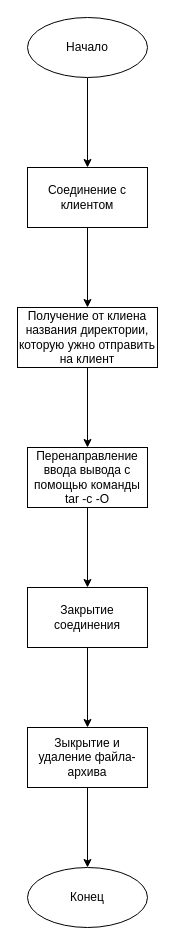
Before: Федорук/Лаб 3/Сервер.drawio in a1i5k/docs, a draw.io diagram. Source tidied: cells renumbered, new cells numbered last; positions are measured from the earlier drawing's top-left corner, leaving out a move shared by most shapes. Both pictures are drawn from the tidied source at 100%, with x=0, y=0 at pixel (17, 17).
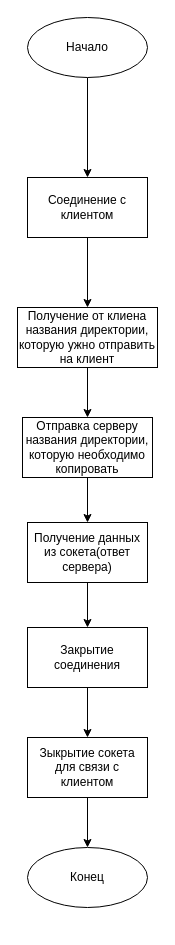
The same diagram, later.

Change to the diagram source:
```diff
@@
 <mxGraphModel>
   <root>
     <mxCell id="0" />
     <mxCell id="1" parent="0" />
     <mxCell id="2" style="edgeStyle=orthogonalEdgeStyle;rounded=0;jettySize=auto;html=1;exitX=0.5;exitY=1;exitDx=0;exitDy=0;" parent="1" edge="1" source="14" target="4">
       <mxGeometry relative="1" as="geometry" />
     </mxCell>
     <mxCell id="3" style="edgeStyle=orthogonalEdgeStyle;rounded=0;jettySize=auto;html=1;" parent="1" edge="1" source="4" target="6">
       <mxGeometry relative="1" as="geometry" />
     </mxCell>
     <mxCell id="4" value="Соединение с клиентом" style="whiteSpace=wrap;html=1;" parent="1" vertex="1">
-      <mxGeometry x="10" y="150" width="120" height="60" as="geometry" />
+      <mxGeometry x="10" y="160" width="120" height="60" as="geometry" />
     </mxCell>
-    <mxCell id="5" style="edgeStyle=orthogonalEdgeStyle;rounded=0;jettySize=auto;html=1;" parent="1" edge="1" source="6" target="8">
-      <mxGeometry relative="1" as="geometry" />
-    </mxCell>
+    <mxCell id="15" style="edgeStyle=orthogonalEdgeStyle;rounded=0;jettySize=auto;html=1;" parent="1" edge="1" source="6" target="19">
+      <mxGeometry relative="1" as="geometry" />
+    </mxCell>
     <mxCell id="6" value="Получение от клиена названия директории, которую ужно отправить на клиент" style="whiteSpace=wrap;html=1;" parent="1" vertex="1">
       <mxGeometry y="290" width="140" height="60" as="geometry" />
     </mxCell>
-    <mxCell id="7" style="edgeStyle=orthogonalEdgeStyle;rounded=0;jettySize=auto;html=1;" parent="1" edge="1" source="8" target="10">
-      <mxGeometry relative="1" as="geometry" />
-    </mxCell>
-    <mxCell id="8" value="Перенаправление ввода вывода с помощью команды tar -c -O" style="whiteSpace=wrap;html=1;" parent="1" vertex="1">
-      <mxGeometry x="10" y="430" width="120" height="60" as="geometry" />
-    </mxCell>
     <mxCell id="9" style="edgeStyle=orthogonalEdgeStyle;rounded=0;jettySize=auto;html=1;" parent="1" edge="1" source="10" target="12">
       <mxGeometry relative="1" as="geometry" />
     </mxCell>
     <mxCell id="10" value="Закрытие соединения" style="whiteSpace=wrap;html=1;" parent="1" vertex="1">
-      <mxGeometry x="10" y="570" width="120" height="60" as="geometry" />
+      <mxGeometry x="10" y="610" width="120" height="60" as="geometry" />
     </mxCell>
     <mxCell id="11" style="edgeStyle=orthogonalEdgeStyle;rounded=0;jettySize=auto;html=1;" parent="1" edge="1" source="12" target="13">
       <mxGeometry relative="1" as="geometry" />
     </mxCell>
-    <mxCell id="12" value="Зыкрытие и удаление файла-архива" style="whiteSpace=wrap;html=1;" parent="1" vertex="1">
-      <mxGeometry x="10" y="710" width="120" height="60" as="geometry" />
+    <mxCell id="12" value="Зыкрытие сокета для связи с клиентом" style="whiteSpace=wrap;html=1;" parent="1" vertex="1">
+      <mxGeometry x="10" y="720" width="120" height="60" as="geometry" />
     </mxCell>
     <mxCell id="13" value="Конец" style="ellipse;whiteSpace=wrap;html=1;" parent="1" vertex="1">
-      <mxGeometry x="10" y="850" width="120" height="60" as="geometry" />
+      <mxGeometry x="10" y="830" width="120" height="60" as="geometry" />
     </mxCell>
     <mxCell id="14" value="Начало" style="ellipse;whiteSpace=wrap;html=1;" parent="1" vertex="1">
       <mxGeometry x="10" width="120" height="60" as="geometry" />
     </mxCell>
+    <mxCell id="16" style="edgeStyle=orthogonalEdgeStyle;rounded=0;jettySize=auto;html=1;" parent="1" edge="1" source="19" target="18">
+      <mxGeometry relative="1" as="geometry" />
+    </mxCell>
+    <mxCell id="17" style="edgeStyle=orthogonalEdgeStyle;rounded=0;jettySize=auto;html=1;" parent="1" edge="1" source="18" target="10">
+      <mxGeometry relative="1" as="geometry" />
+    </mxCell>
+    <mxCell id="18" value="Получение данных из сокета(ответ сервера)" style="rounded=0;whiteSpace=wrap;html=1;" parent="1" vertex="1">
+      <mxGeometry x="10" y="505" width="120" height="60" as="geometry" />
+    </mxCell>
+    <mxCell id="19" value="Отправка серверу названия директории, которую необходимо копировать" style="rounded=0;whiteSpace=wrap;html=1;" parent="1" vertex="1">
+      <mxGeometry x="5" y="400" width="130" height="60" as="geometry" />
+    </mxCell>
   </root>
 </mxGraphModel>
```
